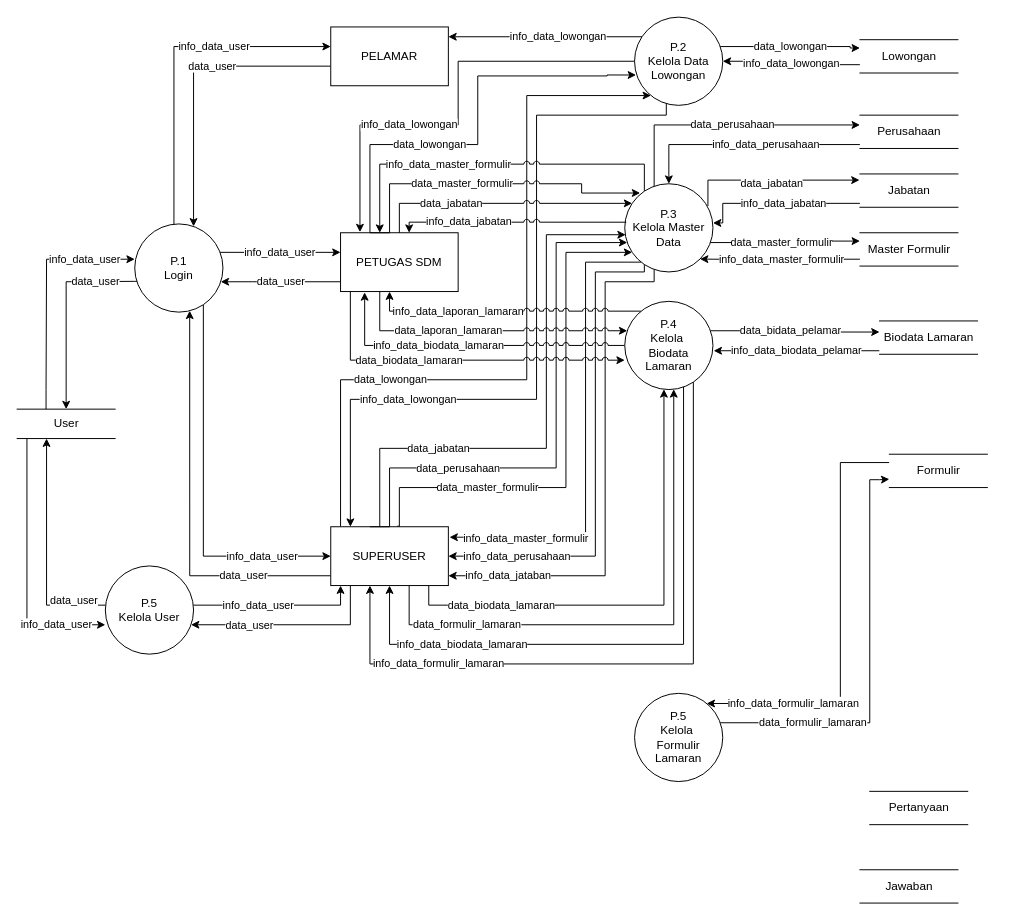
Before: page "DFD 0" (2 of 7) of DFD v2.drawio in keys2505/tugas-akhir, a draw.io diagram. Source tidied: cells renumbered, new cells numbered last; positions are measured from the earlier drawing's top-left corner, leaving out a move shared by most shapes. Both pictures are drawn from the tidied source at 98%, with x=0, y=0 at pixel (17, 17).
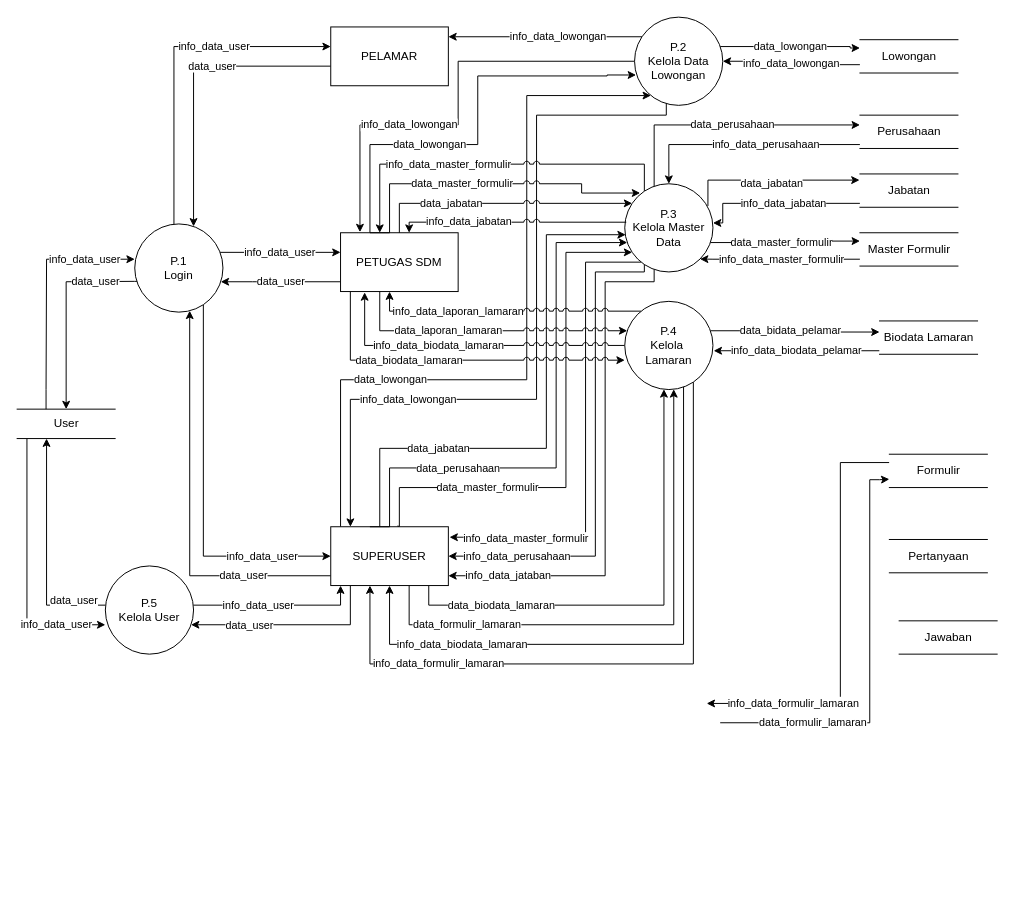
The same diagram, later.

Unchanged cells that the change refers to:
```xml
<mxCell id="52" value="Formulir" style="html=1;dashed=0;whitespace=wrap;shape=partialRectangle;right=0;left=0;" parent="1" vertex="1">
  <mxGeometry x="890" y="446" width="100" height="34" as="geometry" />
</mxCell>
```

Diff of the diagram source:
```diff
@@
-    <mxCell id="43" value="data_formulir_lamaran" style="edgeStyle=orthogonalEdgeStyle;rounded=0;jettySize=auto;html=1;entryX=0;entryY=0.75;entryDx=0;entryDy=0;" parent="1" edge="1" source="65" target="52">
+    <mxCell id="43" value="data_formulir_lamaran" style="edgeStyle=orthogonalEdgeStyle;rounded=0;jettySize=auto;html=1;entryX=0;entryY=0.75;entryDx=0;entryDy=0;" parent="1" edge="1" target="52">
       <mxGeometry x="-0.55" relative="1" as="geometry">
+        <mxPoint x="717.4" y="720" as="sourcePoint" />
         <Array as="points">
           <mxPoint x="870" y="720" />
           <mxPoint x="870" y="472" />
           <mxPoint x="880" y="472" />
         </Array>
       </mxGeometry>
     </mxCell>
@@
-    <mxCell id="47" value="&lt;div&gt;P.4&lt;/div&gt;&lt;div&gt;Kelola&amp;nbsp;&lt;/div&gt;&lt;div&gt;Biodata&lt;/div&gt;&lt;div&gt;Lamaran&lt;br&gt;&lt;/div&gt;" style="ellipse;whiteSpace=wrap;html=1;" parent="1" vertex="1">
+    <mxCell id="47" value="&lt;div&gt;P.4&lt;/div&gt;&lt;div&gt;Kelola&amp;nbsp;&lt;/div&gt;&lt;div&gt;&lt;span style=&quot;background-color: initial;&quot;&gt;Lamaran&lt;/span&gt;&lt;br&gt;&lt;/div&gt;" style="ellipse;whiteSpace=wrap;html=1;" parent="1" vertex="1">
       <mxGeometry x="620" y="290" width="90" height="90" as="geometry" />
     </mxCell>
@@
-    <mxCell id="51" value="info_data_formulir_lamaran" style="edgeStyle=orthogonalEdgeStyle;rounded=0;jettySize=auto;html=1;entryX=0.818;entryY=0.115;entryDx=0;entryDy=0;exitX=0;exitY=0.25;exitDx=0;exitDy=0;entryPerimeter=0;" parent="1" edge="1" source="52" target="65">
+    <mxCell id="51" value="info_data_formulir_lamaran" style="edgeStyle=orthogonalEdgeStyle;rounded=0;jettySize=auto;html=1;entryX=0.818;entryY=0.115;entryDx=0;entryDy=0;exitX=0;exitY=0.25;exitDx=0;exitDy=0;entryPerimeter=0;" parent="1" edge="1" source="52">
       <mxGeometry x="0.59" relative="1" as="geometry">
+        <mxPoint x="703.6" y="700.3" as="targetPoint" />
         <Array as="points">
           <mxPoint x="840" y="455" />
           <mxPoint x="840" y="700" />
         </Array>
       </mxGeometry>
     </mxCell>
@@
-    <mxCell id="65" value="&lt;div&gt;P.5&lt;/div&gt;&lt;div&gt;Kelola&amp;nbsp;&lt;/div&gt;&lt;div&gt;Formulir Lamaran&lt;br&gt;&lt;/div&gt;" style="ellipse;whiteSpace=wrap;html=1;" parent="1" vertex="1">
-      <mxGeometry x="630" y="690" width="90" height="90" as="geometry" />
-    </mxCell>
     <mxCell id="66" value="Pertanyaan" style="html=1;dashed=0;whitespace=wrap;shape=partialRectangle;right=0;left=0;" parent="1" vertex="1">
-      <mxGeometry x="870" y="790" width="100" height="34" as="geometry" />
+      <mxGeometry x="890" y="533" width="100" height="34" as="geometry" />
     </mxCell>
     <mxCell id="67" value="Jawaban" style="html=1;dashed=0;whitespace=wrap;shape=partialRectangle;right=0;left=0;" parent="1" vertex="1">
-      <mxGeometry x="860" y="870" width="100" height="34" as="geometry" />
+      <mxGeometry x="900" y="616" width="100" height="34" as="geometry" />
     </mxCell>
```
